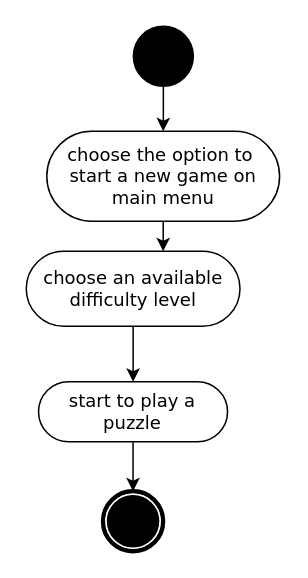
Above: start a new game.drawio in maxinimize/uml (draw.io), before the change. Source tidied: cells renumbered, new cells numbered last; positions are measured from the earlier drawing's top-left corner, leaving out a move shared by most shapes. Both pictures are drawn from the tidied source at 150%, with x=0, y=0 at pixel (26, 26).
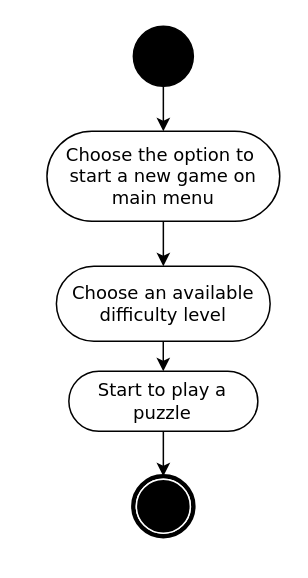
The same diagram, later.

Diff of the diagram source:
```diff
@@
 <mxGraphModel>
   <root>
     <mxCell id="0" />
     <mxCell id="1" parent="0" />
     <mxCell id="2" style="edgeStyle=orthogonalEdgeStyle;rounded=0;jettySize=auto;html=1;" parent="1" edge="1" source="3" target="7">
       <mxGeometry relative="1" as="geometry">
         <Array as="points">
           <mxPoint x="79" y="270" />
           <mxPoint x="79" y="270" />
         </Array>
       </mxGeometry>
     </mxCell>
-    <mxCell id="3" value="choose an available difficulty level" style="rounded=1;whiteSpace=wrap;html=1;shadow=0;comic=0;labelBackgroundColor=none;strokeWidth=1;fontFamily=Verdana;fontSize=12;align=center;arcSize=50;" parent="1" vertex="1">
-      <mxGeometry y="150" width="142.5" height="50" as="geometry" />
+    <mxCell id="3" value="Choose an available difficulty level" style="rounded=1;whiteSpace=wrap;html=1;shadow=0;comic=0;labelBackgroundColor=none;strokeWidth=1;fontFamily=Verdana;fontSize=12;align=center;arcSize=50;" parent="1" vertex="1">
+      <mxGeometry x="20.1" y="160" width="142.5" height="50" as="geometry" />
     </mxCell>
     <mxCell id="4" style="edgeStyle=orthogonalEdgeStyle;rounded=0;jettySize=auto;html=1;entryX=0.5;entryY=0;entryDx=0;entryDy=0;" parent="1" edge="1" source="5" target="10">
       <mxGeometry relative="1" as="geometry" />
     </mxCell>
     <mxCell id="5" style="ellipse;whiteSpace=wrap;html=1;rounded=0;shadow=0;comic=0;labelBackgroundColor=none;strokeWidth=1;fillColor=#000000;fontFamily=Verdana;fontSize=12;align=center;" parent="1" vertex="1">
       <mxGeometry x="71.4" width="40" height="40" as="geometry" />
     </mxCell>
     <mxCell id="6" style="edgeStyle=orthogonalEdgeStyle;rounded=0;jettySize=auto;html=1;" parent="1" edge="1" source="7" target="8">
       <mxGeometry relative="1" as="geometry" />
     </mxCell>
-    <mxCell id="7" value="start to play a puzzle" style="rounded=1;whiteSpace=wrap;html=1;shadow=0;comic=0;labelBackgroundColor=none;strokeWidth=1;fontFamily=Verdana;fontSize=12;align=center;arcSize=50;" parent="1" vertex="1">
-      <mxGeometry x="8.2" y="237" width="126" height="40" as="geometry" />
+    <mxCell id="7" value="Start to play a puzzle" style="rounded=1;whiteSpace=wrap;html=1;shadow=0;comic=0;labelBackgroundColor=none;strokeWidth=1;fontFamily=Verdana;fontSize=12;align=center;arcSize=50;" parent="1" vertex="1">
+      <mxGeometry x="28.4" y="230" width="126" height="40" as="geometry" />
     </mxCell>
     <mxCell id="8" style="shape=mxgraph.bpmn.shape;html=1;verticalLabelPosition=bottom;labelBackgroundColor=#ffffff;verticalAlign=top;perimeter=ellipsePerimeter;outline=end;symbol=terminate;rounded=0;shadow=0;comic=0;strokeWidth=1;fontFamily=Verdana;fontSize=12;align=center;" parent="1" vertex="1">
-      <mxGeometry x="51.2" y="310" width="40" height="40" as="geometry" />
+      <mxGeometry x="71.4" y="300" width="40" height="40" as="geometry" />
     </mxCell>
     <mxCell id="9" style="edgeStyle=orthogonalEdgeStyle;rounded=0;jettySize=auto;html=1;" parent="1" edge="1" source="10" target="3">
       <mxGeometry relative="1" as="geometry">
         <Array as="points">
           <mxPoint x="71" y="200" />
           <mxPoint x="71" y="200" />
         </Array>
       </mxGeometry>
     </mxCell>
-    <mxCell id="10" value="choose the option to&amp;nbsp; start a new game on main menu" style="rounded=1;whiteSpace=wrap;html=1;shadow=0;comic=0;labelBackgroundColor=none;strokeWidth=1;fontFamily=Verdana;fontSize=12;align=center;arcSize=50;" parent="1" vertex="1">
-      <mxGeometry x="13.7" y="70" width="155.2" height="60" as="geometry" />
+    <mxCell id="10" value="Choose the option to&amp;nbsp; start a new game on main menu" style="rounded=1;whiteSpace=wrap;html=1;shadow=0;comic=0;labelBackgroundColor=none;strokeWidth=1;fontFamily=Verdana;fontSize=12;align=center;arcSize=50;" parent="1" vertex="1">
+      <mxGeometry x="13.8" y="70" width="155.2" height="60" as="geometry" />
     </mxCell>
   </root>
 </mxGraphModel>
```
